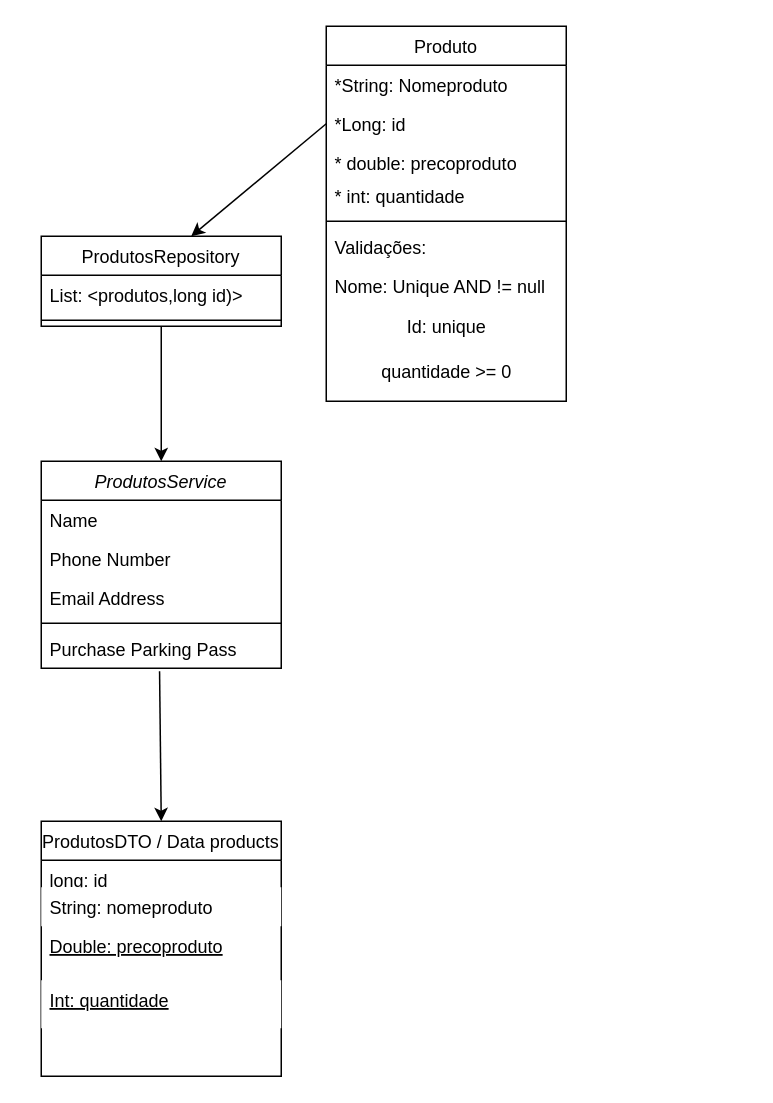
Above: page "Produtos" (2 of 4) of E-comerce.drawio in FabricioJS-ZUP/Desafio-2-E-comerce (draw.io), before the change. Source tidied: cells renumbered, new cells numbered last; positions are measured from the earlier drawing's top-left corner, leaving out a move shared by most shapes. Both pictures are drawn from the tidied source at 150%, with x=0, y=0 at pixel (40, 26).
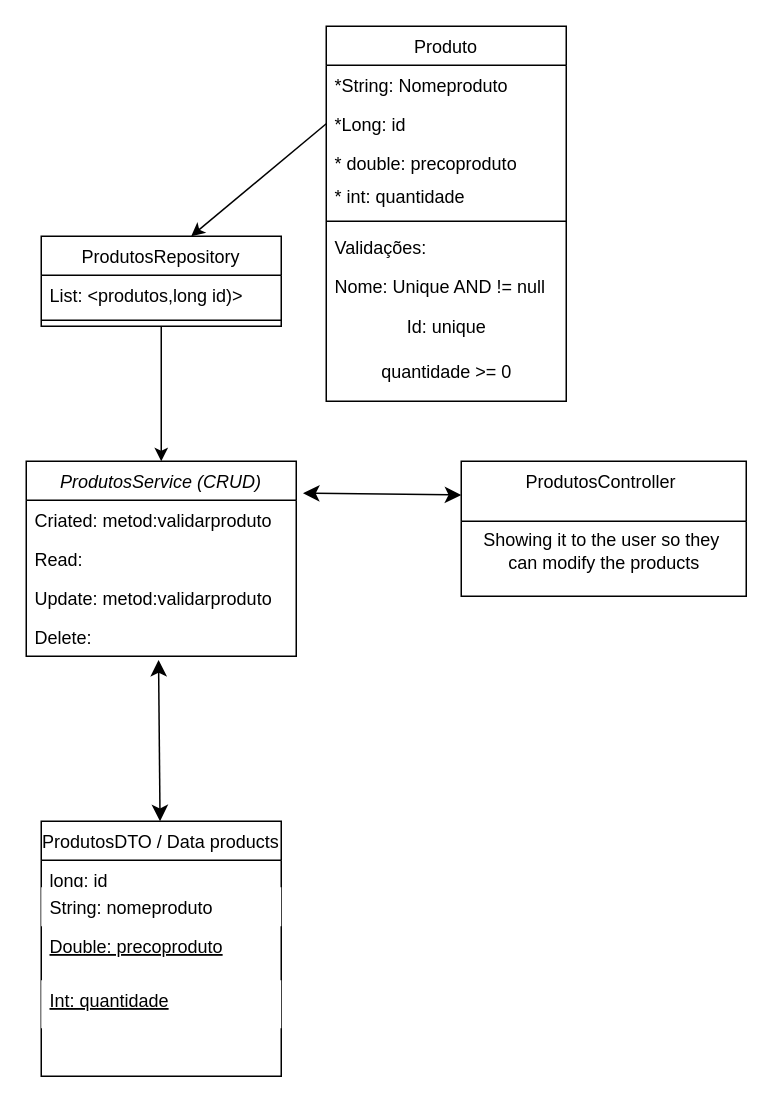
Above is the later version.

Unchanged cells that the change refers to:
```xml
<mxCell id="19" value="ProdutosDTO / Data products" style="swimlane;fontStyle=0;align=center;verticalAlign=top;horizontal=1;startSize=26;rounded=0;shadow=0;strokeWidth=1;strokeColor=light-dark(#000000,#FFFFFF);" parent="1" vertex="1">
  <mxGeometry y="530" width="160" height="170" as="geometry" />
</mxCell>
```

The edit, as a diff of the source:
```diff
@@
-    <mxCell id="13" value="ProdutosService" style="swimlane;fontStyle=2;align=center;verticalAlign=top;horizontal=1;startSize=26;rounded=0;shadow=0;strokeWidth=1;fillColor=light-dark(#FFFFFF,var(--ge-dark-color, #121212));" parent="1" vertex="1">
-      <mxGeometry y="290" width="160" height="138" as="geometry" />
+    <mxCell id="13" value="ProdutosService (CRUD)" style="swimlane;fontStyle=2;align=center;verticalAlign=top;horizontal=1;startSize=26;rounded=0;shadow=0;strokeWidth=1;fillColor=light-dark(#FFFFFF,var(--ge-dark-color, #121212));" parent="1" vertex="1">
+      <mxGeometry x="-10" y="290" width="180" height="130" as="geometry" />
     </mxCell>
-    <mxCell id="14" value="Name" style="text;align=left;verticalAlign=top;spacingLeft=4;spacingRight=4;overflow=hidden;" parent="13" vertex="1">
-      <mxGeometry y="26" width="160" height="26" as="geometry" />
+    <mxCell id="14" value="Criated: metod:validarproduto" style="text;align=left;verticalAlign=top;spacingLeft=4;spacingRight=4;overflow=hidden;" parent="13" vertex="1">
+      <mxGeometry y="26" width="180" height="26" as="geometry" />
     </mxCell>
-    <mxCell id="15" value="Phone Number" style="text;align=left;verticalAlign=top;spacingLeft=4;spacingRight=4;overflow=hidden;rounded=0;shadow=0;html=0;" parent="13" vertex="1">
-      <mxGeometry y="52" width="160" height="26" as="geometry" />
+    <mxCell id="15" value="Read:" style="text;align=left;verticalAlign=top;spacingLeft=4;spacingRight=4;overflow=hidden;rounded=0;shadow=0;html=0;" parent="13" vertex="1">
+      <mxGeometry y="52" width="180" height="26" as="geometry" />
     </mxCell>
-    <mxCell id="16" value="Email Address" style="text;align=left;verticalAlign=top;spacingLeft=4;spacingRight=4;overflow=hidden;rounded=0;shadow=0;html=0;" parent="13" vertex="1">
-      <mxGeometry y="78" width="160" height="26" as="geometry" />
+    <mxCell id="16" value="Update: metod:validarproduto" style="text;align=left;verticalAlign=top;spacingLeft=4;spacingRight=4;overflow=hidden;rounded=0;shadow=0;html=0;" parent="13" vertex="1">
+      <mxGeometry y="78" width="180" height="26" as="geometry" />
     </mxCell>
-    <mxCell id="17" style="line;html=1;strokeWidth=1;align=left;verticalAlign=middle;spacingTop=-1;spacingLeft=3;spacingRight=3;labelPosition=right;" parent="13" vertex="1">
-      <mxGeometry y="104" width="160" height="8" as="geometry" />
-    </mxCell>
-    <mxCell id="18" value="Purchase Parking Pass" style="text;align=left;verticalAlign=top;spacingLeft=4;spacingRight=4;overflow=hidden;points=[[0,0.5],[1,0.5]];portConstraint=eastwest;" parent="13" vertex="1">
-      <mxGeometry y="112" width="160" height="26" as="geometry" />
+    <mxCell id="18" value="Delete:" style="text;align=left;verticalAlign=top;spacingLeft=4;spacingRight=4;overflow=hidden;points=[[0,0.5],[1,0.5]];portConstraint=eastwest;" parent="13" vertex="1">
+      <mxGeometry y="104" width="180" height="26" as="geometry" />
     </mxCell>
@@
-    <mxCell id="28" style="edgeStyle=none;jettySize=auto;html=1;rounded=0;entryX=0.5;entryY=0;entryDx=0;entryDy=0;exitX=0.493;exitY=1.079;exitDx=0;exitDy=0;exitPerimeter=0;" parent="1" edge="1" source="18" target="19">
+    <mxCell id="28" style="edgeStyle=none;jettySize=auto;html=1;endArrow=classic;startArrow=classic;endSize=8;startSize=8;rounded=0;exitX=0.49;exitY=1.094;exitDx=0;exitDy=0;exitPerimeter=0;" parent="1" edge="1" source="18" target="19">
       <mxGeometry relative="1" as="geometry" />
     </mxCell>
+    <mxCell id="29" value="ProdutosController " style="swimlane;fontStyle=0;align=center;verticalAlign=top;horizontal=1;startSize=40;rounded=0;shadow=0;strokeWidth=1;strokeColor=light-dark(#000000,#FFFFFF);fillColor=light-dark(#FFFFFF,var(--ge-dark-color, #121212));" parent="1" vertex="1">
+      <mxGeometry x="280" y="290" width="190" height="90" as="geometry" />
+    </mxCell>
+    <mxCell id="30" value="Showing it to the user so they&amp;nbsp;&lt;div&gt;can modify the products&lt;/div&gt;" style="text;html=1;align=center;verticalAlign=middle;strokeColor=none;fillColor=none;" parent="29" vertex="1">
+      <mxGeometry y="40" width="190" height="40" as="geometry" />
+    </mxCell>
+    <mxCell id="31" style="edgeStyle=none;jettySize=auto;html=1;endArrow=classic;startArrow=classic;endSize=8;startSize=8;rounded=0;exitX=1.025;exitY=0.164;exitDx=0;exitDy=0;exitPerimeter=0;entryX=0;entryY=0.25;entryDx=0;entryDy=0;" parent="1" edge="1" source="13" target="29">
+      <mxGeometry relative="1" as="geometry" />
+    </mxCell>
```
